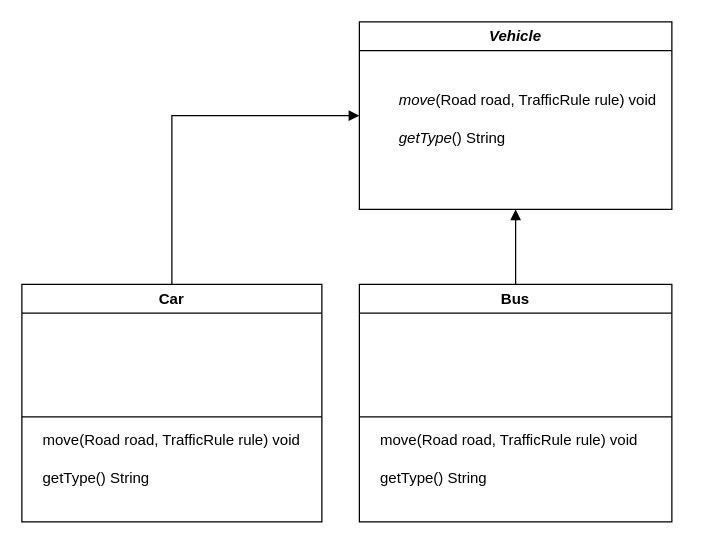
Before: klasser.drawio in IT-Hogskolan-Stockholm/TrafficSimulator, a draw.io diagram. Source tidied: cells renumbered, new cells numbered last; positions are measured from the earlier drawing's top-left corner, leaving out a move shared by most shapes. Both pictures are drawn from the tidied source at 125%, with x=0, y=0 at pixel (21, 21).
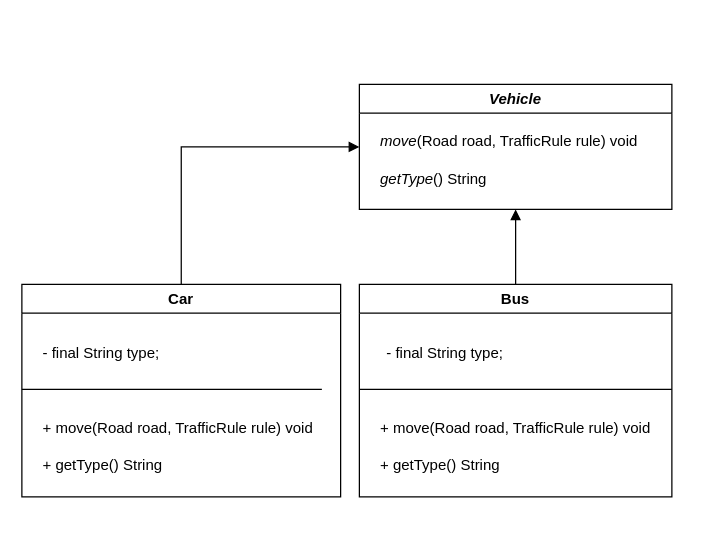
After the change.

Diff of the diagram source:
```diff
@@
 <mxGraphModel>
   <root>
     <mxCell id="0" />
     <mxCell id="1" parent="0" />
     <mxCell id="2" value="&lt;i&gt;Vehicle&lt;/i&gt;" style="swimlane;whiteSpace=wrap;html=1;" parent="1" vertex="1">
-      <mxGeometry x="270" width="250" height="150" as="geometry" />
+      <mxGeometry x="270" y="50" width="250" height="100" as="geometry" />
     </mxCell>
     <mxCell id="3" value="&lt;i&gt;move&lt;/i&gt;(Road road, TrafficRule rule) void" style="text;html=1;align=left;verticalAlign=middle;strokeColor=none;fillColor=none;" parent="2" vertex="1">
-      <mxGeometry x="30" y="48" width="230" height="30" as="geometry" />
+      <mxGeometry x="15" y="31" width="230" height="30" as="geometry" />
     </mxCell>
     <mxCell id="4" value="&lt;i&gt;getType&lt;/i&gt;() String" style="text;html=1;align=left;verticalAlign=middle;strokeColor=none;fillColor=none;" parent="2" vertex="1">
-      <mxGeometry x="30" y="78" width="110" height="30" as="geometry" />
+      <mxGeometry x="15" y="61" width="110" height="30" as="geometry" />
     </mxCell>
     <mxCell id="5" value="Car" style="swimlane;whiteSpace=wrap;html=1;" parent="1" vertex="1">
-      <mxGeometry y="210" width="240" height="190" as="geometry" />
+      <mxGeometry y="210" width="255" height="170" as="geometry" />
     </mxCell>
-    <mxCell id="6" value="move(Road road, TrafficRule rule) void" style="text;html=1;align=left;verticalAlign=middle;strokeColor=none;fillColor=none;" parent="5" vertex="1">
-      <mxGeometry x="15" y="110" width="230" height="30" as="geometry" />
+    <mxCell id="6" value="+ move(Road road, TrafficRule rule) void" style="text;html=1;align=left;verticalAlign=middle;strokeColor=none;fillColor=none;" parent="5" vertex="1">
+      <mxGeometry x="15" y="100" width="240" height="30" as="geometry" />
     </mxCell>
-    <mxCell id="7" value="getType() String" style="text;html=1;align=left;verticalAlign=middle;strokeColor=none;fillColor=none;" parent="5" vertex="1">
-      <mxGeometry x="15" y="140" width="110" height="30" as="geometry" />
+    <mxCell id="7" value="+ getType() String" style="text;html=1;align=left;verticalAlign=middle;strokeColor=none;fillColor=none;" parent="5" vertex="1">
+      <mxGeometry x="15" y="130" width="120" height="30" as="geometry" />
     </mxCell>
     <mxCell id="8" style="line;strokeWidth=1;fillColor=none;align=left;verticalAlign=middle;spacingTop=-1;spacingLeft=3;spacingRight=3;labelPosition=right;strokeColor=inherit;" parent="5" vertex="1">
-      <mxGeometry y="102" width="240" height="8" as="geometry" />
+      <mxGeometry y="80" width="240" height="8" as="geometry" />
     </mxCell>
+    <mxCell id="15" value="- final String type;" style="text;html=1;align=left;verticalAlign=middle;strokeColor=none;fillColor=none;" parent="5" vertex="1">
+      <mxGeometry x="15" y="40" width="120" height="30" as="geometry" />
+    </mxCell>
     <mxCell id="9" value="Bus" style="swimlane;whiteSpace=wrap;html=1;" parent="1" vertex="1">
-      <mxGeometry x="270" y="210" width="250" height="190" as="geometry" />
+      <mxGeometry x="270" y="210" width="250" height="170" as="geometry" />
     </mxCell>
-    <mxCell id="10" value="move(Road road, TrafficRule rule) void" style="text;html=1;align=left;verticalAlign=middle;strokeColor=none;fillColor=none;" parent="9" vertex="1">
-      <mxGeometry x="15" y="110" width="230" height="30" as="geometry" />
+    <mxCell id="10" value="+ move(Road road, TrafficRule rule) void" style="text;html=1;align=left;verticalAlign=middle;strokeColor=none;fillColor=none;" parent="9" vertex="1">
+      <mxGeometry x="15" y="100" width="240" height="30" as="geometry" />
     </mxCell>
-    <mxCell id="11" value="getType() String" style="text;html=1;align=left;verticalAlign=middle;strokeColor=none;fillColor=none;" parent="9" vertex="1">
-      <mxGeometry x="15" y="140" width="110" height="30" as="geometry" />
+    <mxCell id="11" value="+ getType() String" style="text;html=1;align=left;verticalAlign=middle;strokeColor=none;fillColor=none;" parent="9" vertex="1">
+      <mxGeometry x="15" y="130" width="120" height="30" as="geometry" />
     </mxCell>
     <mxCell id="12" style="line;strokeWidth=1;fillColor=none;align=left;verticalAlign=middle;spacingTop=-1;spacingLeft=3;spacingRight=3;labelPosition=right;strokeColor=inherit;" parent="9" vertex="1">
-      <mxGeometry y="102" width="250" height="8" as="geometry" />
+      <mxGeometry y="80" width="250" height="8" as="geometry" />
     </mxCell>
+    <mxCell id="16" value="- final String type;" style="text;html=1;align=left;verticalAlign=middle;strokeColor=none;fillColor=none;" parent="9" vertex="1">
+      <mxGeometry x="20" y="40" width="120" height="30" as="geometry" />
+    </mxCell>
+    <mxCell id="14" style="endArrow=block;endFill=1;html=1;edgeStyle=orthogonalEdgeStyle;align=left;verticalAlign=top;rounded=0;exitX=0.5;exitY=0;exitDx=0;exitDy=0;entryX=0;entryY=0.5;entryDx=0;entryDy=0;" parent="1" edge="1" source="5" target="2">
+      <mxGeometry x="-0.65" y="70" relative="1" as="geometry" />
+    </mxCell>
-    <mxCell id="13" style="endArrow=block;endFill=1;html=1;edgeStyle=orthogonalEdgeStyle;align=left;verticalAlign=top;rounded=0;exitX=0.5;exitY=0;exitDx=0;exitDy=0;entryX=0.5;entryY=1;entryDx=0;entryDy=0;" parent="1" edge="1" source="9" target="2">
-      <mxGeometry x="-1" y="-46" relative="1" as="geometry">
-        <mxPoint x="-11" y="30" as="offset" />
+    <mxCell id="13" value="&amp;nbsp;" style="html=1;verticalAlign=bottom;endArrow=block;curved=0;rounded=0;exitX=0.5;exitY=0;exitDx=0;exitDy=0;entryX=0.5;entryY=1;entryDx=0;entryDy=0;" parent="1" edge="1" source="9" target="2">
+      <mxGeometry x="-1" y="36" relative="1" as="geometry">
+        <mxPoint x="-30" y="16" as="offset" />
       </mxGeometry>
     </mxCell>
-    <mxCell id="14" style="endArrow=block;endFill=1;html=1;edgeStyle=orthogonalEdgeStyle;align=left;verticalAlign=top;rounded=0;exitX=0.5;exitY=0;exitDx=0;exitDy=0;entryX=0;entryY=0.5;entryDx=0;entryDy=0;" parent="1" edge="1" source="5" target="2">
-      <mxGeometry x="-0.65" y="70" relative="1" as="geometry" />
-    </mxCell>
   </root>
 </mxGraphModel>
```
